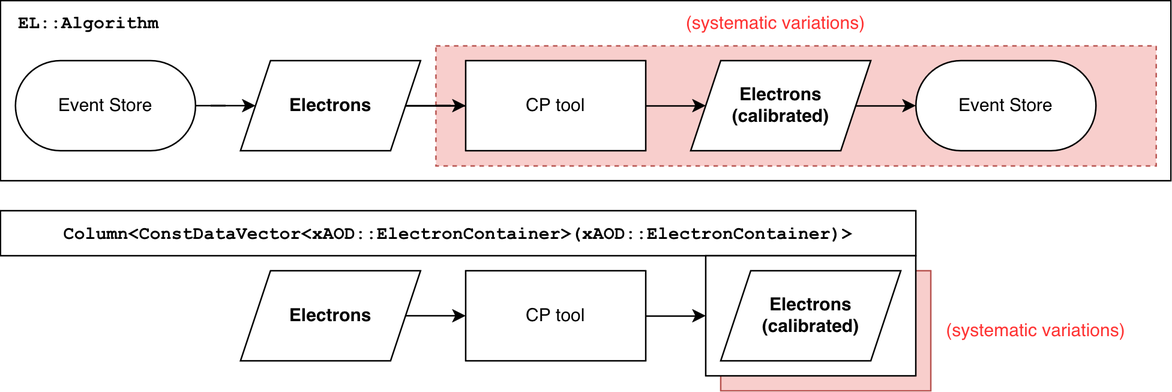
Earlier version of the draw.io export eventloop_vs_dataflow.drawio.png (taehyounpark/draw-io-diagrams). Source tidied: cells renumbered, new cells last; positions are measured from the earlier drawing's top-left corner, leaving out a move shared by most shapes.
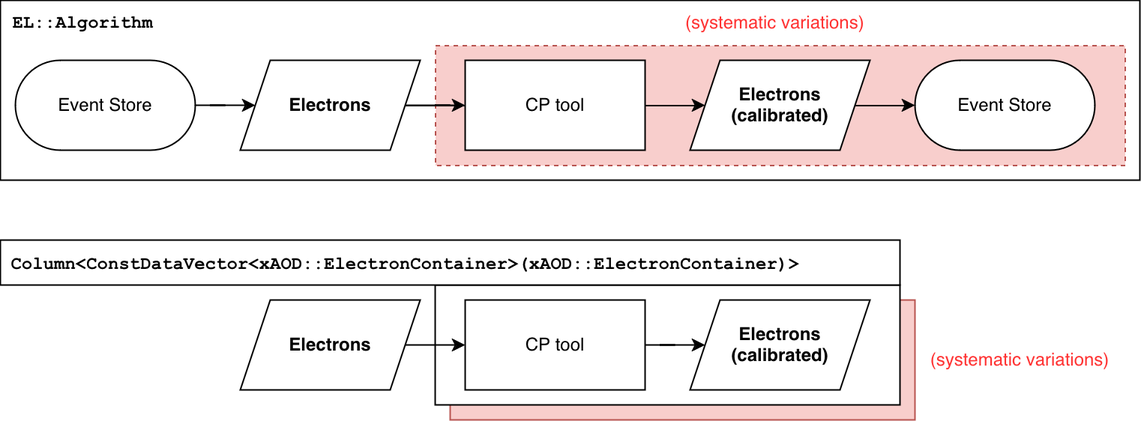
The same file after the commit.

Change to the diagram source:
```diff
@@ -2,18 +2,21 @@
   <root>
     <mxCell id="0" />
     <mxCell id="1" parent="0" />
+    <mxCell id="26" style="rounded=0;whiteSpace=wrap;html=1;fillColor=#f8cecc;strokeColor=#b85450;" parent="1" vertex="1">
+      <mxGeometry x="300" y="200" width="310" height="80" as="geometry" />
+    </mxCell>
+    <mxCell id="27" style="rounded=0;whiteSpace=wrap;html=1;" parent="1" vertex="1">
+      <mxGeometry x="290" y="190" width="310" height="80" as="geometry" />
+    </mxCell>
     <mxCell id="2" style="rounded=0;whiteSpace=wrap;html=1;" parent="1" vertex="1">
-      <mxGeometry width="780" height="120" as="geometry" />
+      <mxGeometry width="760" height="120" as="geometry" />
     </mxCell>
     <mxCell id="3" style="rounded=0;whiteSpace=wrap;html=1;dashed=1;fillColor=#f8cecc;strokeColor=#b85450;" parent="1" vertex="1">
-      <mxGeometry x="290" y="30" width="480" height="80" as="geometry" />
+      <mxGeometry x="290" y="30" width="460" height="80" as="geometry" />
     </mxCell>
     <mxCell id="4" style="rounded=0;jettySize=auto;html=1;exitX=1;exitY=0.5;exitDx=0;exitDy=0;entryX=0;entryY=0.5;entryDx=0;entryDy=0;" parent="1" edge="1" source="19" target="12">
       <mxGeometry relative="1" as="geometry" />
     </mxCell>
-    <mxCell id="5" value="&lt;font face=&quot;Courier New&quot;&gt;EL::Algorithm&lt;/font&gt;" style="text;html=1;align=left;verticalAlign=middle;whiteSpace=wrap;rounded=0;fontStyle=1;" parent="1" vertex="1">
-      <mxGeometry x="10" width="360" height="30" as="geometry" />
-    </mxCell>
     <mxCell id="6" style="group;fontStyle=0;" parent="1" vertex="1">
       <mxGeometry x="160" y="40" width="120" height="60" as="geometry" />
     </mxCell>
@@ -36,7 +39,7 @@
       <mxGeometry x="610" y="40" width="120" height="60" as="geometry" />
     </mxCell>
     <mxCell id="13" style="group;fontStyle=1;" parent="1" vertex="1">
-      <mxGeometry x="160" y="180" width="120" height="60" as="geometry" />
+      <mxGeometry x="160" y="200" width="120" height="60" as="geometry" />
     </mxCell>
     <mxCell id="14" style="shape=parallelogram;perimeter=parallelogramPerimeter;whiteSpace=wrap;html=1;fixedSize=1;" parent="13" vertex="1">
       <mxGeometry width="120" height="60" as="geometry" />
@@ -46,11 +49,11 @@
     </mxCell>
     <mxCell id="16" style="edgeStyle=orthogonalEdgeStyle;rounded=0;jettySize=auto;html=1;exitX=1;exitY=0.5;exitDx=0;exitDy=0;entryX=0;entryY=0.5;entryDx=0;entryDy=0;" parent="1" edge="1" source="14">
       <mxGeometry relative="1" as="geometry">
-        <mxPoint x="310" y="210" as="targetPoint" />
+        <mxPoint x="310" y="230" as="targetPoint" />
       </mxGeometry>
     </mxCell>
-    <mxCell id="17" value="&lt;pre&gt;&lt;font face=&quot;Courier New&quot;&gt;&lt;span&gt;Column&amp;lt;ConstDataVector&amp;lt;xAOD::ElectronContainer&amp;gt;(xAOD::ElectronContainer)&amp;gt;&lt;/span&gt;&lt;/font&gt;&lt;/pre&gt;" style="text;html=1;align=center;verticalAlign=middle;whiteSpace=wrap;rounded=0;fontStyle=1;fillColor=default;strokeColor=default;" parent="1" vertex="1">
-      <mxGeometry y="140" width="610" height="30" as="geometry" />
+    <mxCell id="17" value="&lt;pre&gt;&lt;br&gt;&lt;/pre&gt;" style="text;html=1;align=left;verticalAlign=middle;whiteSpace=wrap;rounded=0;fontStyle=1;fillColor=default;strokeColor=default;" parent="1" vertex="1">
+      <mxGeometry y="160" width="600" height="30" as="geometry" />
     </mxCell>
     <mxCell id="18" style="group;" parent="1" vertex="1">
       <mxGeometry x="460" y="40" width="120" height="60" as="geometry" />
@@ -70,26 +73,26 @@
     <mxCell id="23" value="(systematic variations)" style="text;html=1;align=left;verticalAlign=middle;whiteSpace=wrap;rounded=0;fontColor=#FF3333;" parent="1" vertex="1">
       <mxGeometry x="455" width="150" height="30" as="geometry" />
     </mxCell>
-    <mxCell id="24" style="edgeStyle=orthogonalEdgeStyle;rounded=0;jettySize=auto;html=1;exitX=1;exitY=0.5;exitDx=0;exitDy=0;entryX=0;entryY=0.5;entryDx=0;entryDy=0;" parent="1" edge="1" source="25" target="27">
-      <mxGeometry relative="1" as="geometry" />
-    </mxCell>
+    <mxCell id="31" style="edgeStyle=orthogonalEdgeStyle;rounded=0;jettySize=auto;html=1;exitX=1;exitY=0.5;exitDx=0;exitDy=0;entryX=0;entryY=0.5;entryDx=0;entryDy=0;" parent="1" edge="1" source="25" target="28">
+      <mxGeometry relative="1" as="geometry" />
+    </mxCell>
     <mxCell id="25" value="CP tool" style="rounded=0;whiteSpace=wrap;html=1;" parent="1" vertex="1">
-      <mxGeometry x="310" y="180" width="120" height="60" as="geometry" />
+      <mxGeometry x="310" y="200" width="120" height="60" as="geometry" />
     </mxCell>
-    <mxCell id="26" style="rounded=0;whiteSpace=wrap;html=1;fillColor=#f8cecc;strokeColor=#b85450;" parent="1" vertex="1">
-      <mxGeometry x="480" y="180" width="140" height="80" as="geometry" />
-    </mxCell>
-    <mxCell id="27" style="rounded=0;whiteSpace=wrap;html=1;" parent="1" vertex="1">
-      <mxGeometry x="470" y="170" width="140" height="80" as="geometry" />
-    </mxCell>
     <mxCell id="28" style="shape=parallelogram;perimeter=parallelogramPerimeter;whiteSpace=wrap;html=1;fixedSize=1;" parent="1" vertex="1">
-      <mxGeometry x="480" y="180" width="120" height="60" as="geometry" />
+      <mxGeometry x="460" y="200" width="120" height="60" as="geometry" />
     </mxCell>
     <mxCell id="29" value="&lt;div&gt;&lt;b&gt;Electrons (calibrated)&lt;br&gt;&lt;/b&gt;&lt;/div&gt;" style="text;html=1;align=center;verticalAlign=middle;whiteSpace=wrap;rounded=0;" parent="1" vertex="1">
-      <mxGeometry x="510" y="195" width="60" height="30" as="geometry" />
+      <mxGeometry x="490" y="215" width="60" height="30" as="geometry" />
     </mxCell>
     <mxCell id="30" value="(systematic variations)" style="text;html=1;align=center;verticalAlign=middle;whiteSpace=wrap;rounded=0;fontColor=#FF3333;" parent="1" vertex="1">
-      <mxGeometry x="620" y="205" width="140" height="30" as="geometry" />
+      <mxGeometry x="610" y="225" width="140" height="30" as="geometry" />
     </mxCell>
+    <mxCell id="32" value="&lt;pre&gt;&lt;font face=&quot;Courier New&quot;&gt;&lt;span&gt;Column&amp;lt;ConstDataVector&amp;lt;xAOD::ElectronContainer&amp;gt;(xAOD::ElectronContainer)&amp;gt;&lt;/span&gt;&lt;/font&gt;&lt;/pre&gt;" style="text;html=1;align=center;verticalAlign=middle;whiteSpace=wrap;rounded=0;fontStyle=1;" parent="1" vertex="1">
+      <mxGeometry y="160" width="540" height="30" as="geometry" />
+    </mxCell>
+    <mxCell id="5" value="EL::Algorithm" style="text;html=1;align=center;verticalAlign=middle;whiteSpace=wrap;rounded=0;fontStyle=1;fontFamily=Courier New;" parent="1" vertex="1">
+      <mxGeometry width="110" height="30" as="geometry" />
+    </mxCell>
   </root>
 </mxGraphModel>
```
